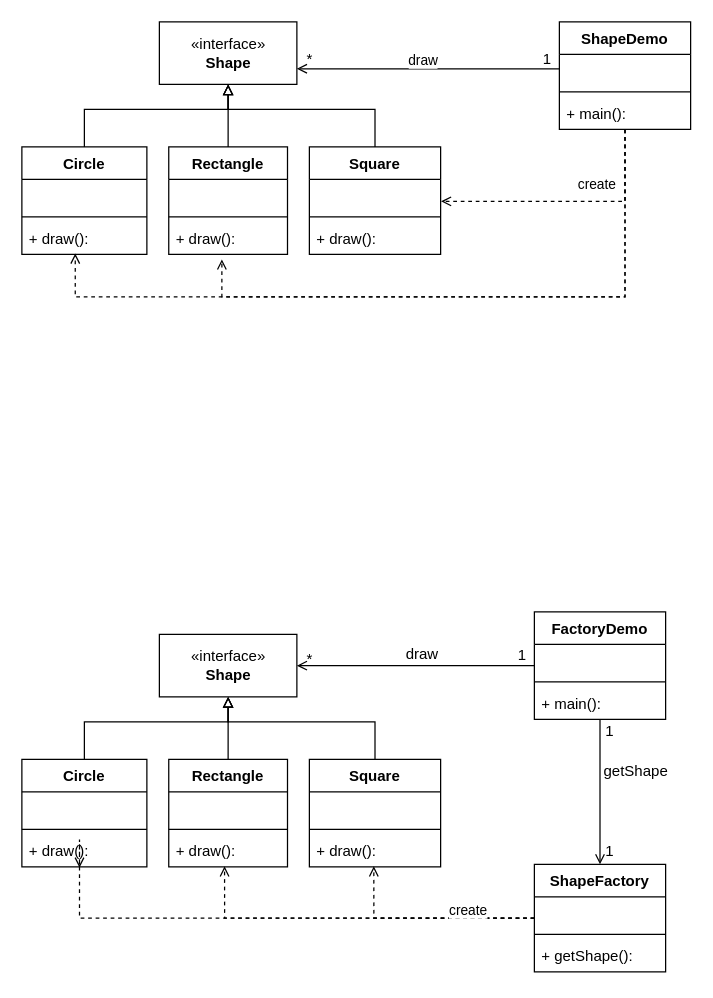
domincl/individual-work keeps this draw.io diagram as Untitled Diagram.drawio. Above is the earlier version. Source tidied: cells renumbered, new cells numbered last; positions are measured from the earlier drawing's top-left corner, leaving out a move shared by most shapes. Both pictures are drawn from the tidied source at 125%, with x=0, y=0 at pixel (21, 21).
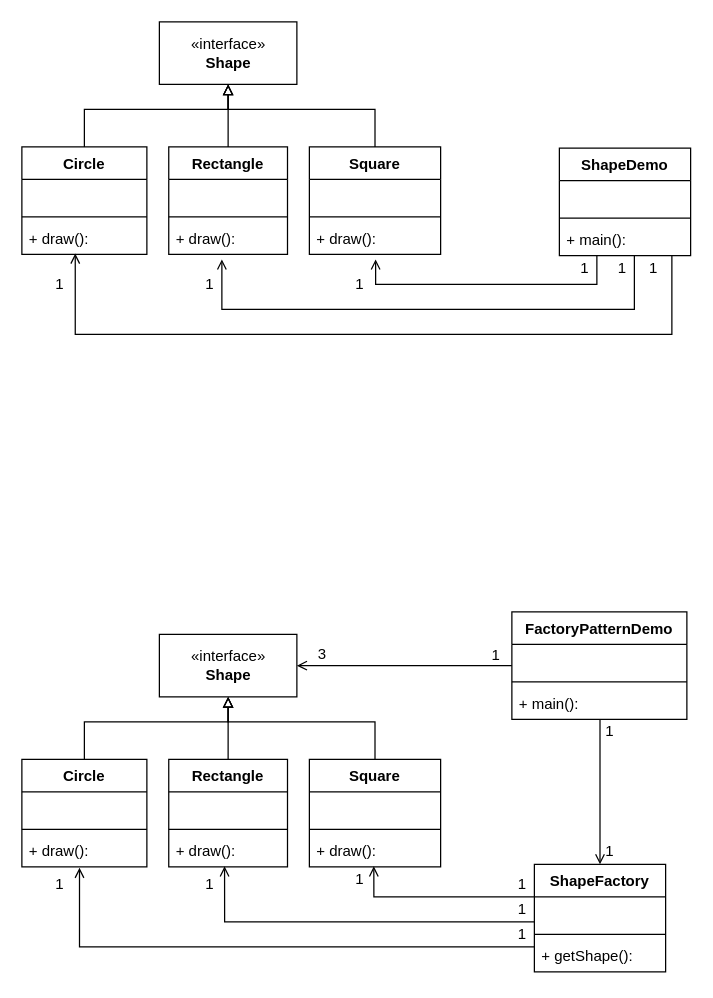
The same diagram, later.

Unchanged cells that the change refers to:
```xml
<mxCell id="6" value="+ draw(): " style="text;strokeColor=none;fillColor=none;align=left;verticalAlign=top;spacingLeft=4;spacingRight=4;overflow=hidden;points=[[0,0.5],[1,0.5]];portConstraint=eastwest;" parent="3" vertex="1">
  <mxGeometry y="60" width="100" height="26" as="geometry" />
</mxCell>
<mxCell id="7" value="«interface»&lt;br&gt;&lt;b&gt;Shape&lt;/b&gt;" style="html=1;" parent="1" vertex="1">
  <mxGeometry x="110" width="110" height="50" as="geometry" />
</mxCell>
<mxCell id="15" value="   " style="text;strokeColor=none;fillColor=none;align=left;verticalAlign=top;spacingLeft=4;spacingRight=4;overflow=hidden;points=[[0,0.5],[1,0.5]];portConstraint=eastwest;" parent="14" vertex="1">
  <mxGeometry y="26" width="105" height="26" as="geometry" />
</mxCell>
<mxCell id="23" value="   " style="text;strokeColor=none;fillColor=none;align=left;verticalAlign=top;spacingLeft=4;spacingRight=4;overflow=hidden;points=[[0,0.5],[1,0.5]];portConstraint=eastwest;" parent="22" vertex="1">
  <mxGeometry y="26" width="105" height="26" as="geometry" />
</mxCell>
<mxCell id="30" value="+ draw(): " style="text;strokeColor=none;fillColor=none;align=left;verticalAlign=top;spacingLeft=4;spacingRight=4;overflow=hidden;points=[[0,0.5],[1,0.5]];portConstraint=eastwest;" parent="27" vertex="1">
  <mxGeometry y="60" width="100" height="26" as="geometry" />
</mxCell>
<mxCell id="36" value="+ draw(): " style="text;strokeColor=none;fillColor=none;align=left;verticalAlign=top;spacingLeft=4;spacingRight=4;overflow=hidden;points=[[0,0.5],[1,0.5]];portConstraint=eastwest;" parent="33" vertex="1">
  <mxGeometry y="60" width="95" height="26" as="geometry" />
</mxCell>
<mxCell id="41" value="+ draw(): " style="text;strokeColor=none;fillColor=none;align=left;verticalAlign=top;spacingLeft=4;spacingRight=4;overflow=hidden;points=[[0,0.5],[1,0.5]];portConstraint=eastwest;" parent="38" vertex="1">
  <mxGeometry y="60" width="105" height="26" as="geometry" />
</mxCell>
<mxCell id="46" value="ShapeFactory" style="swimlane;fontStyle=1;align=center;verticalAlign=top;horizontal=1;startSize=26;" parent="1" vertex="1">
  <mxGeometry x="410" y="674" width="105" height="86" as="geometry" />
</mxCell>
```

Change to the diagram source:
```diff
@@
-    <mxCell id="18" style="edgeStyle=orthogonalEdgeStyle;rounded=0;jettySize=auto;html=1;entryX=1.003;entryY=0.676;entryDx=0;entryDy=0;entryPerimeter=0;endArrow=open;endFill=0;dashed=1;" parent="1" edge="1" source="22" target="15">
-      <mxGeometry relative="1" as="geometry" />
+    <mxCell id="18" style="edgeStyle=orthogonalEdgeStyle;rounded=0;jettySize=auto;html=1;endArrow=open;endFill=0;" parent="1" edge="1" source="22">
+      <mxGeometry relative="1" as="geometry">
+        <mxPoint x="283" y="190" as="targetPoint" />
+        <Array as="points">
+          <mxPoint x="460" y="210" />
+          <mxPoint x="283" y="210" />
+        </Array>
+      </mxGeometry>
     </mxCell>
-    <mxCell id="19" value="create" style="edgeLabel;html=1;align=center;verticalAlign=middle;" parent="18" vertex="1">
-      <mxGeometry x="0.17" y="1" relative="1" as="geometry">
-        <mxPoint x="39.9" y="-14.6" as="offset" />
-      </mxGeometry>
-    </mxCell>
-    <mxCell id="20" style="edgeStyle=orthogonalEdgeStyle;rounded=0;jettySize=auto;html=1;dashed=1;endArrow=open;endFill=0;" parent="1" edge="1" source="22">
+    <mxCell id="20" style="edgeStyle=orthogonalEdgeStyle;rounded=0;jettySize=auto;html=1;endArrow=open;endFill=0;" parent="1" edge="1" source="22">
       <mxGeometry relative="1" as="geometry">
         <mxPoint x="160" y="190" as="targetPoint" />
         <Array as="points">
-          <mxPoint x="482" y="220" />
-          <mxPoint x="160" y="220" />
+          <mxPoint x="490" y="230" />
+          <mxPoint x="160" y="230" />
         </Array>
       </mxGeometry>
     </mxCell>
-    <mxCell id="21" style="edgeStyle=orthogonalEdgeStyle;rounded=0;jettySize=auto;html=1;entryX=0.427;entryY=0.973;entryDx=0;entryDy=0;entryPerimeter=0;dashed=1;endArrow=open;endFill=0;" parent="1" edge="1" source="22" target="6">
+    <mxCell id="21" style="edgeStyle=orthogonalEdgeStyle;rounded=0;jettySize=auto;html=1;entryX=0.427;entryY=0.973;entryDx=0;entryDy=0;entryPerimeter=0;endArrow=open;endFill=0;" parent="1" edge="1" source="22" target="6">
       <mxGeometry relative="1" as="geometry">
         <Array as="points">
-          <mxPoint x="482" y="220" />
-          <mxPoint x="43" y="220" />
+          <mxPoint x="520" y="250" />
+          <mxPoint x="43" y="250" />
         </Array>
       </mxGeometry>
     </mxCell>
     <mxCell id="22" value="ShapeDemo" style="swimlane;fontStyle=1;align=center;verticalAlign=top;horizontal=1;startSize=26;" parent="1" vertex="1">
-      <mxGeometry x="430" width="105" height="86" as="geometry" />
+      <mxGeometry x="430" y="101" width="105" height="86" as="geometry" />
     </mxCell>
@@
-    <mxCell id="42" style="edgeStyle=orthogonalEdgeStyle;rounded=0;jettySize=auto;html=1;entryX=0.47;entryY=0.984;entryDx=0;entryDy=0;entryPerimeter=0;dashed=1;endArrow=open;endFill=0;" parent="1" edge="1" source="46" target="36">
+    <mxCell id="42" style="edgeStyle=orthogonalEdgeStyle;rounded=0;jettySize=auto;html=1;entryX=0.47;entryY=0.984;entryDx=0;entryDy=0;entryPerimeter=0;endArrow=open;endFill=0;" parent="1" edge="1" source="46" target="36">
       <mxGeometry relative="1" as="geometry">
         <Array as="points">
-          <mxPoint x="162" y="717" />
+          <mxPoint x="162" y="720" />
         </Array>
       </mxGeometry>
     </mxCell>
-    <mxCell id="43" style="edgeStyle=orthogonalEdgeStyle;rounded=0;jettySize=auto;html=1;entryX=0.491;entryY=0.984;entryDx=0;entryDy=0;entryPerimeter=0;dashed=1;endArrow=open;endFill=0;" parent="1" edge="1" source="46" target="41">
-      <mxGeometry relative="1" as="geometry" />
+    <mxCell id="43" style="edgeStyle=orthogonalEdgeStyle;rounded=0;jettySize=auto;html=1;entryX=0.491;entryY=0.984;entryDx=0;entryDy=0;entryPerimeter=0;endArrow=open;endFill=0;" parent="1" edge="1" source="46" target="41">
+      <mxGeometry relative="1" as="geometry">
+        <Array as="points">
+          <mxPoint x="282" y="700" />
+        </Array>
+      </mxGeometry>
     </mxCell>
-    <mxCell id="44" style="edgeStyle=orthogonalEdgeStyle;rounded=0;jettySize=auto;html=1;entryX=0.461;entryY=1.027;entryDx=0;entryDy=0;entryPerimeter=0;dashed=1;endArrow=open;endFill=0;" parent="1" edge="1" source="46" target="30">
-      <mxGeometry relative="1" as="geometry" />
+    <mxCell id="44" style="edgeStyle=orthogonalEdgeStyle;rounded=0;jettySize=auto;html=1;entryX=0.461;entryY=1.027;entryDx=0;entryDy=0;entryPerimeter=0;endArrow=open;endFill=0;" parent="1" edge="1" source="46" target="30">
+      <mxGeometry relative="1" as="geometry">
+        <Array as="points">
+          <mxPoint x="46" y="740" />
+        </Array>
+      </mxGeometry>
     </mxCell>
-    <mxCell id="45" value="create" style="edgeLabel;html=1;align=center;verticalAlign=middle;" parent="44" vertex="1">
-      <mxGeometry x="-0.76" y="1" relative="1" as="geometry">
-        <mxPoint y="-8" as="offset" />
-      </mxGeometry>
-    </mxCell>
@@
     <mxCell id="51" style="edgeStyle=orthogonalEdgeStyle;rounded=0;jettySize=auto;html=1;entryX=0.5;entryY=0;entryDx=0;entryDy=0;endArrow=open;endFill=0;" parent="1" edge="1" source="52" target="46">
-      <mxGeometry relative="1" as="geometry" />
+      <mxGeometry relative="1" as="geometry">
+        <Array as="points">
+          <mxPoint x="463" y="616" />
+        </Array>
+      </mxGeometry>
     </mxCell>
-    <mxCell id="52" value="FactoryDemo" style="swimlane;fontStyle=1;align=center;verticalAlign=top;horizontal=1;startSize=26;" parent="1" vertex="1">
-      <mxGeometry x="410" y="472" width="105" height="86" as="geometry" />
+    <mxCell id="52" value="FactoryPatternDemo" style="swimlane;fontStyle=1;align=center;verticalAlign=top;horizontal=1;startSize=26;" parent="1" vertex="1">
+      <mxGeometry x="392" y="472" width="140" height="86" as="geometry" />
     </mxCell>
     <mxCell id="53" value="   " style="text;strokeColor=none;fillColor=none;align=left;verticalAlign=top;spacingLeft=4;spacingRight=4;overflow=hidden;" parent="52" vertex="1">
-      <mxGeometry y="26" width="105" height="26" as="geometry" />
+      <mxGeometry y="26" width="140" height="26" as="geometry" />
     </mxCell>
     <mxCell id="54" style="line;strokeWidth=1;fillColor=none;align=left;verticalAlign=middle;spacingTop=-1;spacingLeft=3;spacingRight=3;labelPosition=right;" parent="52" vertex="1">
-      <mxGeometry y="52" width="105" height="8" as="geometry" />
+      <mxGeometry y="52" width="140" height="8" as="geometry" />
     </mxCell>
     <mxCell id="55" value="+ main(): " style="text;strokeColor=none;fillColor=none;align=left;verticalAlign=top;spacingLeft=4;spacingRight=4;overflow=hidden;" parent="52" vertex="1">
-      <mxGeometry y="60" width="105" height="26" as="geometry" />
+      <mxGeometry y="60" width="140" height="26" as="geometry" />
     </mxCell>
-    <mxCell id="56" style="edgeStyle=orthogonalEdgeStyle;rounded=0;jettySize=auto;html=1;entryX=1;entryY=0.75;entryDx=0;entryDy=0;endArrow=open;endFill=0;" parent="1" edge="1" source="23" target="7">
-      <mxGeometry relative="1" as="geometry">
-        <Array as="points">
-          <mxPoint x="325" y="38" />
-        </Array>
-      </mxGeometry>
-    </mxCell>
-    <mxCell id="57" value="draw" style="edgeLabel;html=1;align=center;verticalAlign=middle;" parent="56" vertex="1">
-      <mxGeometry x="0.26" y="1" relative="1" as="geometry">
-        <mxPoint x="22.6" y="-8.5" as="offset" />
-      </mxGeometry>
-    </mxCell>
-    <mxCell id="58" value="1" style="text;html=1;align=center;verticalAlign=middle;" parent="1" vertex="1">
-      <mxGeometry x="410" y="20" width="20" height="20" as="geometry" />
-    </mxCell>
-    <mxCell id="59" value="*" style="text;html=1;align=center;verticalAlign=middle;" parent="1" vertex="1">
-      <mxGeometry x="220" y="20" width="20" height="20" as="geometry" />
-    </mxCell>
-    <mxCell id="60" value="draw&lt;br&gt;" style="text;html=1;align=center;verticalAlign=middle;" parent="1" vertex="1">
-      <mxGeometry x="300" y="496" width="40" height="20" as="geometry" />
-    </mxCell>
     <mxCell id="61" value="1" style="text;html=1;align=center;verticalAlign=middle;" parent="1" vertex="1">
-      <mxGeometry x="390" y="497" width="20" height="20" as="geometry" />
+      <mxGeometry x="369" y="497" width="20" height="20" as="geometry" />
     </mxCell>
-    <mxCell id="62" value="*" style="text;html=1;align=center;verticalAlign=middle;" parent="1" vertex="1">
-      <mxGeometry x="220" y="500" width="20" height="20" as="geometry" />
+    <mxCell id="62" value="3" style="text;html=1;align=center;verticalAlign=middle;" parent="1" vertex="1">
+      <mxGeometry x="230" y="496" width="20" height="20" as="geometry" />
     </mxCell>
@@
-    <mxCell id="64" value="getShape" style="text;html=1;align=center;verticalAlign=middle;" parent="1" vertex="1">
-      <mxGeometry x="456" y="590" width="70" height="20" as="geometry" />
-    </mxCell>
@@
+    <mxCell id="66" value="1" style="text;html=1;align=center;verticalAlign=middle;" parent="1" vertex="1">
+      <mxGeometry x="390" y="680" width="20" height="20" as="geometry" />
+    </mxCell>
+    <mxCell id="67" value="1" style="text;html=1;align=center;verticalAlign=middle;" parent="1" vertex="1">
+      <mxGeometry x="390" y="700" width="20" height="20" as="geometry" />
+    </mxCell>
+    <mxCell id="68" value="1" style="text;html=1;align=center;verticalAlign=middle;" parent="1" vertex="1">
+      <mxGeometry x="390" y="720" width="20" height="20" as="geometry" />
+    </mxCell>
+    <mxCell id="69" value="1" style="text;html=1;align=center;verticalAlign=middle;" parent="1" vertex="1">
+      <mxGeometry x="20" y="680" width="20" height="20" as="geometry" />
+    </mxCell>
+    <mxCell id="70" value="1" style="text;html=1;align=center;verticalAlign=middle;" parent="1" vertex="1">
+      <mxGeometry x="140" y="680" width="20" height="20" as="geometry" />
+    </mxCell>
+    <mxCell id="71" value="1" style="text;html=1;align=center;verticalAlign=middle;" parent="1" vertex="1">
+      <mxGeometry x="260" y="676" width="20" height="20" as="geometry" />
+    </mxCell>
+    <mxCell id="72" value="1" style="text;html=1;align=center;verticalAlign=middle;" parent="1" vertex="1">
+      <mxGeometry x="440" y="187" width="20" height="20" as="geometry" />
+    </mxCell>
+    <mxCell id="73" value="1" style="text;html=1;align=center;verticalAlign=middle;" parent="1" vertex="1">
+      <mxGeometry x="470" y="187" width="20" height="20" as="geometry" />
+    </mxCell>
+    <mxCell id="74" value="1" style="text;html=1;align=center;verticalAlign=middle;" parent="1" vertex="1">
+      <mxGeometry x="495" y="187" width="20" height="20" as="geometry" />
+    </mxCell>
+    <mxCell id="75" value="1" style="text;html=1;align=center;verticalAlign=middle;" parent="1" vertex="1">
+      <mxGeometry x="20" y="200" width="20" height="20" as="geometry" />
+    </mxCell>
+    <mxCell id="76" value="1" style="text;html=1;align=center;verticalAlign=middle;" parent="1" vertex="1">
+      <mxGeometry x="140" y="200" width="20" height="20" as="geometry" />
+    </mxCell>
+    <mxCell id="77" value="1" style="text;html=1;align=center;verticalAlign=middle;" parent="1" vertex="1">
+      <mxGeometry x="260" y="200" width="20" height="20" as="geometry" />
+    </mxCell>
```
